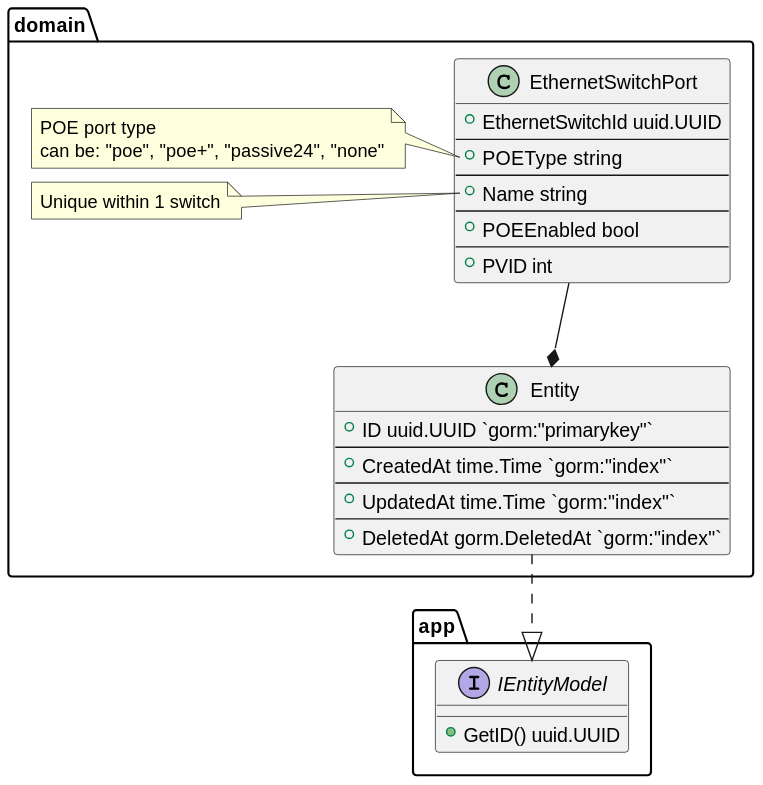
Earlier version of the PlantUML export docs/plantuml/entities/EthernetSwitchPort.svg (lf-edge/rol).
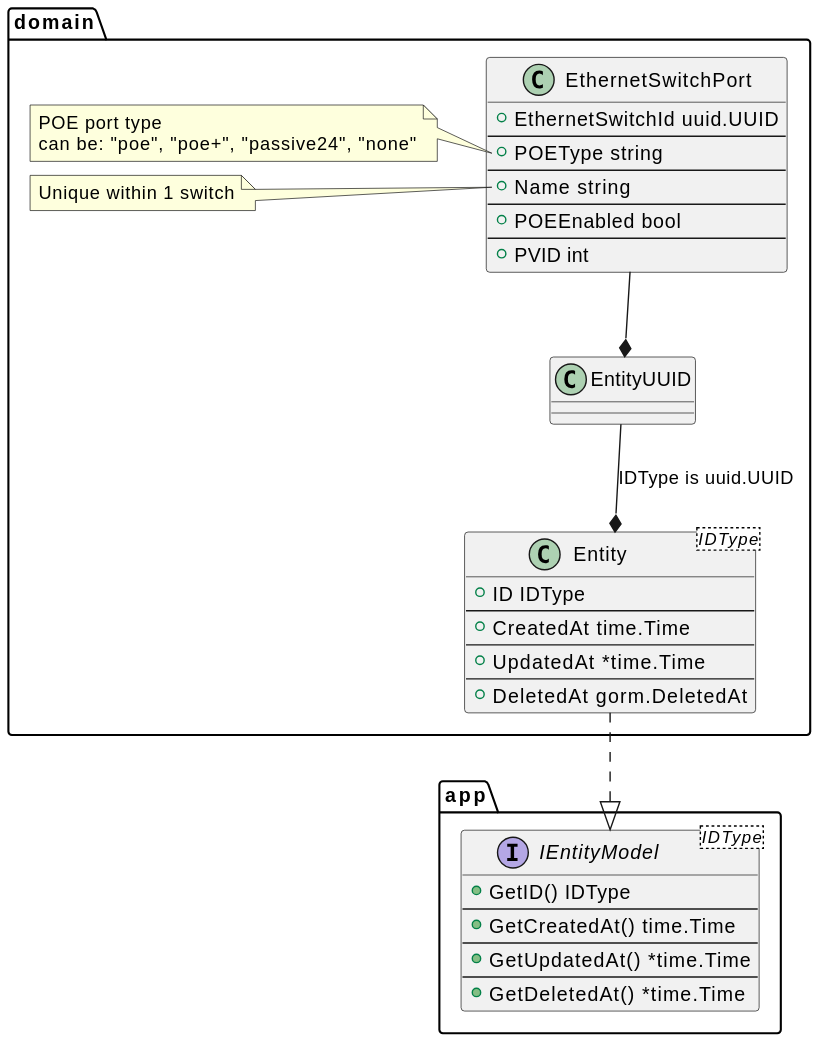
After the commit.

The edit, as a diff of the source:
```diff
@@ -15,7 +15,7 @@
         +PVID int
     }
 
-    EthernetSwitchPort -down-* Entity
+    EthernetSwitchPort -down-* EntityUUID
 
     note left of EthernetSwitchPort::POEType
       POE port type
```
